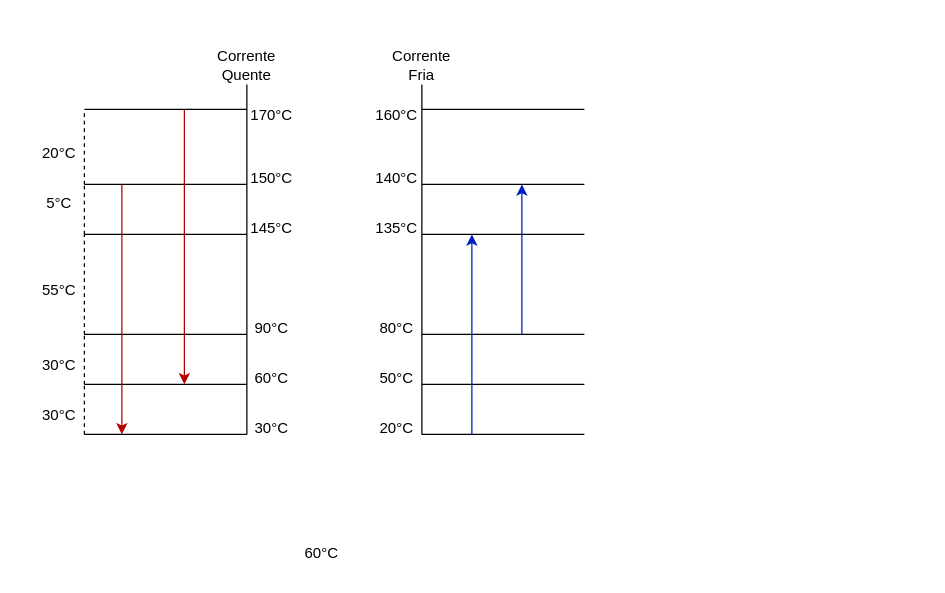
Above: CasoII-PINCH.drawio in igcampos/Mestrado (draw.io), before the change. Source tidied: cells renumbered, new cells numbered last; positions are measured from the earlier drawing's top-left corner, leaving out a move shared by most shapes. Both pictures are drawn from the tidied source at 125%, with x=0, y=0 at pixel (21, 46).
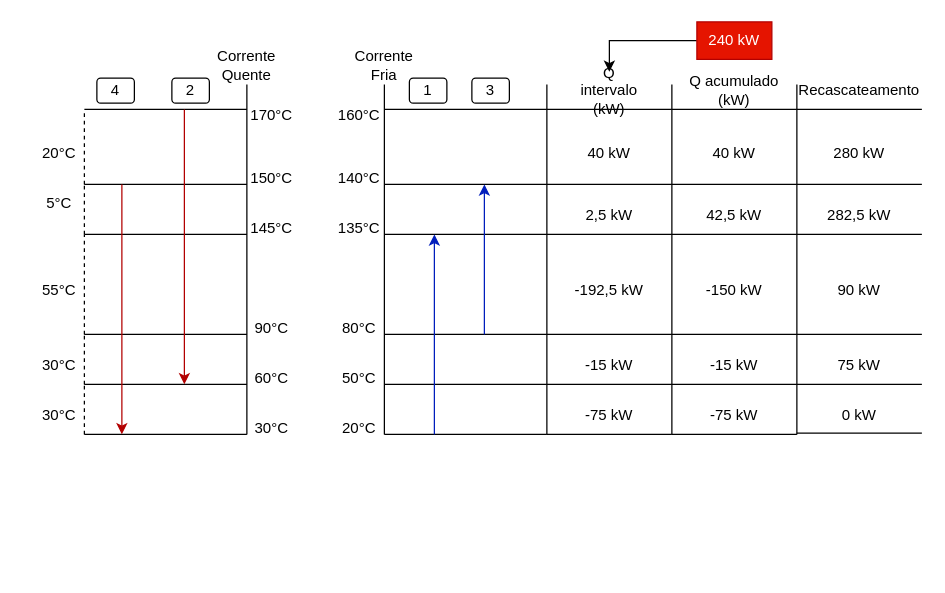
The same diagram, later.

The edit, as a diff of the source:
```diff
@@
-    <mxCell id="2" value="60°C" style="text;html=1;strokeColor=none;fillColor=none;align=center;verticalAlign=middle;whiteSpace=wrap;rounded=0;" parent="1" vertex="1">
-      <mxGeometry x="210" y="390" width="60" height="30" as="geometry" />
-    </mxCell>
@@
     <mxCell id="5" value="Corrente Fria" style="text;html=1;strokeColor=none;fillColor=none;align=center;verticalAlign=middle;whiteSpace=wrap;rounded=0;" parent="1" vertex="1">
-      <mxGeometry x="290" width="60" height="30" as="geometry" />
+      <mxGeometry x="260" width="60" height="30" as="geometry" />
     </mxCell>
     <mxCell id="6" style="endArrow=none;html=1;rounded=0;entryX=0.5;entryY=1;entryDx=0;entryDy=0;" parent="1" edge="1" target="5">
       <mxGeometry relative="1" as="geometry">
-        <mxPoint x="320" y="310" as="sourcePoint" />
+        <mxPoint x="290" y="310" as="sourcePoint" />
       </mxGeometry>
     </mxCell>
@@
     <mxCell id="8" style="endArrow=none;html=1;rounded=0;" parent="1" edge="1">
       <mxGeometry relative="1" as="geometry">
-        <mxPoint x="320" y="50" as="sourcePoint" />
-        <mxPoint x="450" y="50" as="targetPoint" />
+        <mxPoint x="290" y="50" as="sourcePoint" />
+        <mxPoint x="420" y="50" as="targetPoint" />
       </mxGeometry>
     </mxCell>
@@
     <mxCell id="10" value="160°C" style="text;html=1;strokeColor=none;fillColor=none;align=center;verticalAlign=middle;whiteSpace=wrap;rounded=0;" parent="1" vertex="1">
-      <mxGeometry x="270" y="40" width="60" height="30" as="geometry" />
+      <mxGeometry x="240" y="40" width="60" height="30" as="geometry" />
     </mxCell>
@@
     <mxCell id="16" style="endArrow=none;html=1;rounded=0;" parent="1" edge="1">
       <mxGeometry relative="1" as="geometry">
-        <mxPoint x="320" y="110" as="sourcePoint" />
-        <mxPoint x="450" y="110" as="targetPoint" />
+        <mxPoint x="290" y="110" as="sourcePoint" />
+        <mxPoint x="420" y="110" as="targetPoint" />
       </mxGeometry>
     </mxCell>
     <mxCell id="17" style="endArrow=none;html=1;rounded=0;" parent="1" edge="1">
       <mxGeometry relative="1" as="geometry">
-        <mxPoint x="320" y="150" as="sourcePoint" />
-        <mxPoint x="450" y="150" as="targetPoint" />
+        <mxPoint x="290" y="150" as="sourcePoint" />
+        <mxPoint x="420" y="150" as="targetPoint" />
       </mxGeometry>
     </mxCell>
     <mxCell id="18" style="endArrow=none;html=1;rounded=0;" parent="1" edge="1">
       <mxGeometry relative="1" as="geometry">
-        <mxPoint x="320" y="230" as="sourcePoint" />
-        <mxPoint x="450" y="230" as="targetPoint" />
+        <mxPoint x="290" y="230" as="sourcePoint" />
+        <mxPoint x="420" y="230" as="targetPoint" />
       </mxGeometry>
     </mxCell>
     <mxCell id="19" style="endArrow=none;html=1;rounded=0;" parent="1" edge="1">
       <mxGeometry relative="1" as="geometry">
-        <mxPoint x="320" y="270" as="sourcePoint" />
-        <mxPoint x="450" y="270" as="targetPoint" />
+        <mxPoint x="290" y="270" as="sourcePoint" />
+        <mxPoint x="420" y="270" as="targetPoint" />
       </mxGeometry>
     </mxCell>
     <mxCell id="20" style="endArrow=none;html=1;rounded=0;" parent="1" edge="1">
       <mxGeometry relative="1" as="geometry">
-        <mxPoint x="320" y="310" as="sourcePoint" />
-        <mxPoint x="450" y="310" as="targetPoint" />
+        <mxPoint x="290" y="310" as="sourcePoint" />
+        <mxPoint x="420" y="310" as="targetPoint" />
       </mxGeometry>
     </mxCell>
@@
     <mxCell id="26" value="140°C" style="text;html=1;strokeColor=none;fillColor=none;align=center;verticalAlign=middle;whiteSpace=wrap;rounded=0;" parent="1" vertex="1">
-      <mxGeometry x="270" y="90" width="60" height="30" as="geometry" />
+      <mxGeometry x="240" y="90" width="60" height="30" as="geometry" />
     </mxCell>
     <mxCell id="27" value="135°C" style="text;html=1;strokeColor=none;fillColor=none;align=center;verticalAlign=middle;whiteSpace=wrap;rounded=0;" parent="1" vertex="1">
-      <mxGeometry x="270" y="130" width="60" height="30" as="geometry" />
+      <mxGeometry x="240" y="130" width="60" height="30" as="geometry" />
     </mxCell>
     <mxCell id="28" value="80°C" style="text;html=1;strokeColor=none;fillColor=none;align=center;verticalAlign=middle;whiteSpace=wrap;rounded=0;" parent="1" vertex="1">
-      <mxGeometry x="270" y="210" width="60" height="30" as="geometry" />
+      <mxGeometry x="240" y="210" width="60" height="30" as="geometry" />
     </mxCell>
     <mxCell id="29" value="50°C" style="text;html=1;strokeColor=none;fillColor=none;align=center;verticalAlign=middle;whiteSpace=wrap;rounded=0;" parent="1" vertex="1">
-      <mxGeometry x="270" y="250" width="60" height="30" as="geometry" />
+      <mxGeometry x="240" y="250" width="60" height="30" as="geometry" />
     </mxCell>
     <mxCell id="30" value="20°C" style="text;html=1;strokeColor=none;fillColor=none;align=center;verticalAlign=middle;whiteSpace=wrap;rounded=0;" parent="1" vertex="1">
-      <mxGeometry x="270" y="290" width="60" height="30" as="geometry" />
+      <mxGeometry x="240" y="290" width="60" height="30" as="geometry" />
     </mxCell>
@@
     <mxCell id="43" style="endArrow=classic;html=1;rounded=0;fillColor=#0050ef;strokeColor=#001DBC;" parent="1" edge="1">
       <mxGeometry relative="1" as="geometry">
-        <mxPoint x="360" y="310" as="sourcePoint" />
-        <mxPoint x="360" y="150" as="targetPoint" />
+        <mxPoint x="330" y="310" as="sourcePoint" />
+        <mxPoint x="330" y="150" as="targetPoint" />
       </mxGeometry>
     </mxCell>
     <mxCell id="44" style="endArrow=classic;html=1;rounded=0;fillColor=#0050ef;strokeColor=#001DBC;" parent="1" edge="1">
       <mxGeometry relative="1" as="geometry">
-        <mxPoint x="400" y="230" as="sourcePoint" />
-        <mxPoint x="400" y="110" as="targetPoint" />
+        <mxPoint x="370" y="230" as="sourcePoint" />
+        <mxPoint x="370" y="110" as="targetPoint" />
       </mxGeometry>
     </mxCell>
+    <mxCell id="45" style="endArrow=none;html=1;rounded=0;entryX=0.5;entryY=1;entryDx=0;entryDy=0;" parent="1" edge="1">
+      <mxGeometry relative="1" as="geometry">
+        <mxPoint x="420" y="310" as="sourcePoint" />
+        <mxPoint x="420" y="30" as="targetPoint" />
+      </mxGeometry>
+    </mxCell>
+    <mxCell id="46" style="endArrow=none;html=1;rounded=0;" parent="1" edge="1">
+      <mxGeometry relative="1" as="geometry">
+        <mxPoint x="420" y="50" as="sourcePoint" />
+        <mxPoint x="520" y="50" as="targetPoint" />
+      </mxGeometry>
+    </mxCell>
+    <mxCell id="47" value="Q intervalo (kW)" style="text;html=1;strokeColor=none;fillColor=none;align=center;verticalAlign=middle;whiteSpace=wrap;rounded=0;" parent="1" vertex="1">
+      <mxGeometry x="440" y="20" width="60" height="30" as="geometry" />
+    </mxCell>
+    <mxCell id="48" style="endArrow=none;html=1;rounded=0;entryX=0.5;entryY=1;entryDx=0;entryDy=0;" parent="1" edge="1">
+      <mxGeometry relative="1" as="geometry">
+        <mxPoint x="520" y="310" as="sourcePoint" />
+        <mxPoint x="520" y="30" as="targetPoint" />
+      </mxGeometry>
+    </mxCell>
+    <mxCell id="49" style="endArrow=none;html=1;rounded=0;" parent="1" edge="1">
+      <mxGeometry relative="1" as="geometry">
+        <mxPoint x="420" y="110" as="sourcePoint" />
+        <mxPoint x="520" y="110" as="targetPoint" />
+      </mxGeometry>
+    </mxCell>
+    <mxCell id="50" style="endArrow=none;html=1;rounded=0;" parent="1" edge="1">
+      <mxGeometry relative="1" as="geometry">
+        <mxPoint x="420" y="150" as="sourcePoint" />
+        <mxPoint x="520" y="150" as="targetPoint" />
+      </mxGeometry>
+    </mxCell>
+    <mxCell id="51" style="endArrow=none;html=1;rounded=0;" parent="1" edge="1">
+      <mxGeometry relative="1" as="geometry">
+        <mxPoint x="420" y="230" as="sourcePoint" />
+        <mxPoint x="520" y="230" as="targetPoint" />
+      </mxGeometry>
+    </mxCell>
+    <mxCell id="52" style="endArrow=none;html=1;rounded=0;" parent="1" edge="1">
+      <mxGeometry relative="1" as="geometry">
+        <mxPoint x="420" y="270" as="sourcePoint" />
+        <mxPoint x="520" y="270" as="targetPoint" />
+      </mxGeometry>
+    </mxCell>
+    <mxCell id="53" style="endArrow=none;html=1;rounded=0;" parent="1" edge="1">
+      <mxGeometry relative="1" as="geometry">
+        <mxPoint x="420" y="310" as="sourcePoint" />
+        <mxPoint x="520" y="310" as="targetPoint" />
+      </mxGeometry>
+    </mxCell>
+    <mxCell id="54" style="endArrow=none;html=1;rounded=0;" parent="1" edge="1">
+      <mxGeometry relative="1" as="geometry">
+        <mxPoint x="520" y="50" as="sourcePoint" />
+        <mxPoint x="620" y="50" as="targetPoint" />
+      </mxGeometry>
+    </mxCell>
+    <mxCell id="55" style="endArrow=none;html=1;rounded=0;entryX=0.5;entryY=1;entryDx=0;entryDy=0;" parent="1" edge="1">
+      <mxGeometry relative="1" as="geometry">
+        <mxPoint x="620" y="310" as="sourcePoint" />
+        <mxPoint x="620" y="30" as="targetPoint" />
+      </mxGeometry>
+    </mxCell>
+    <mxCell id="56" value="Q acumulado (kW)" style="text;html=1;strokeColor=none;fillColor=none;align=center;verticalAlign=middle;whiteSpace=wrap;rounded=0;" parent="1" vertex="1">
+      <mxGeometry x="530" y="20" width="80" height="30" as="geometry" />
+    </mxCell>
+    <mxCell id="57" style="endArrow=none;html=1;rounded=0;" parent="1" edge="1">
+      <mxGeometry relative="1" as="geometry">
+        <mxPoint x="620" y="50" as="sourcePoint" />
+        <mxPoint x="720" y="50" as="targetPoint" />
+      </mxGeometry>
+    </mxCell>
+    <mxCell id="58" value="Recascateamento" style="text;html=1;strokeColor=none;fillColor=none;align=center;verticalAlign=middle;whiteSpace=wrap;rounded=0;" parent="1" vertex="1">
+      <mxGeometry x="630" y="20" width="80" height="30" as="geometry" />
+    </mxCell>
+    <mxCell id="59" style="endArrow=none;html=1;rounded=0;" parent="1" edge="1">
+      <mxGeometry relative="1" as="geometry">
+        <mxPoint x="520" y="110" as="sourcePoint" />
+        <mxPoint x="620" y="110" as="targetPoint" />
+      </mxGeometry>
+    </mxCell>
+    <mxCell id="60" style="endArrow=none;html=1;rounded=0;" parent="1" edge="1">
+      <mxGeometry relative="1" as="geometry">
+        <mxPoint x="520" y="150" as="sourcePoint" />
+        <mxPoint x="620" y="150" as="targetPoint" />
+      </mxGeometry>
+    </mxCell>
+    <mxCell id="61" style="endArrow=none;html=1;rounded=0;" parent="1" edge="1">
+      <mxGeometry relative="1" as="geometry">
+        <mxPoint x="520" y="230" as="sourcePoint" />
+        <mxPoint x="620" y="230" as="targetPoint" />
+      </mxGeometry>
+    </mxCell>
+    <mxCell id="62" style="endArrow=none;html=1;rounded=0;" parent="1" edge="1">
+      <mxGeometry relative="1" as="geometry">
+        <mxPoint x="520" y="270" as="sourcePoint" />
+        <mxPoint x="620" y="270" as="targetPoint" />
+      </mxGeometry>
+    </mxCell>
+    <mxCell id="63" style="endArrow=none;html=1;rounded=0;" parent="1" edge="1">
+      <mxGeometry relative="1" as="geometry">
+        <mxPoint x="520" y="310" as="sourcePoint" />
+        <mxPoint x="620" y="310" as="targetPoint" />
+      </mxGeometry>
+    </mxCell>
+    <mxCell id="64" style="endArrow=none;html=1;rounded=0;" parent="1" edge="1">
+      <mxGeometry relative="1" as="geometry">
+        <mxPoint x="620" y="309" as="sourcePoint" />
+        <mxPoint x="720" y="309" as="targetPoint" />
+      </mxGeometry>
+    </mxCell>
+    <mxCell id="65" style="endArrow=none;html=1;rounded=0;" parent="1" edge="1">
+      <mxGeometry relative="1" as="geometry">
+        <mxPoint x="620" y="270" as="sourcePoint" />
+        <mxPoint x="720" y="270" as="targetPoint" />
+      </mxGeometry>
+    </mxCell>
+    <mxCell id="66" style="endArrow=none;html=1;rounded=0;" parent="1" edge="1">
+      <mxGeometry relative="1" as="geometry">
+        <mxPoint x="620" y="230" as="sourcePoint" />
+        <mxPoint x="720" y="230" as="targetPoint" />
+      </mxGeometry>
+    </mxCell>
+    <mxCell id="67" style="endArrow=none;html=1;rounded=0;" parent="1" edge="1">
+      <mxGeometry relative="1" as="geometry">
+        <mxPoint x="620" y="150" as="sourcePoint" />
+        <mxPoint x="720" y="150" as="targetPoint" />
+      </mxGeometry>
+    </mxCell>
+    <mxCell id="68" style="endArrow=none;html=1;rounded=0;" parent="1" edge="1">
+      <mxGeometry relative="1" as="geometry">
+        <mxPoint x="620" y="110" as="sourcePoint" />
+        <mxPoint x="720" y="110" as="targetPoint" />
+      </mxGeometry>
+    </mxCell>
+    <mxCell id="69" value="40 kW" style="text;html=1;strokeColor=none;fillColor=none;align=center;verticalAlign=middle;whiteSpace=wrap;rounded=0;" parent="1" vertex="1">
+      <mxGeometry x="440" y="70" width="60" height="30" as="geometry" />
+    </mxCell>
+    <mxCell id="70" value="2,5 kW" style="text;html=1;strokeColor=none;fillColor=none;align=center;verticalAlign=middle;whiteSpace=wrap;rounded=0;" parent="1" vertex="1">
+      <mxGeometry x="440" y="120" width="60" height="30" as="geometry" />
+    </mxCell>
+    <mxCell id="71" value="-192,5 kW" style="text;html=1;strokeColor=none;fillColor=none;align=center;verticalAlign=middle;whiteSpace=wrap;rounded=0;" parent="1" vertex="1">
+      <mxGeometry x="440" y="180" width="60" height="30" as="geometry" />
+    </mxCell>
+    <mxCell id="72" value="-15 kW" style="text;html=1;strokeColor=none;fillColor=none;align=center;verticalAlign=middle;whiteSpace=wrap;rounded=0;" parent="1" vertex="1">
+      <mxGeometry x="440" y="240" width="60" height="30" as="geometry" />
+    </mxCell>
+    <mxCell id="73" value="-75 kW" style="text;html=1;strokeColor=none;fillColor=none;align=center;verticalAlign=middle;whiteSpace=wrap;rounded=0;" parent="1" vertex="1">
+      <mxGeometry x="440" y="280" width="60" height="30" as="geometry" />
+    </mxCell>
+    <mxCell id="74" value="40 kW" style="text;html=1;strokeColor=none;fillColor=none;align=center;verticalAlign=middle;whiteSpace=wrap;rounded=0;" parent="1" vertex="1">
+      <mxGeometry x="540" y="70" width="60" height="30" as="geometry" />
+    </mxCell>
+    <mxCell id="75" value="42,5 kW" style="text;html=1;strokeColor=none;fillColor=none;align=center;verticalAlign=middle;whiteSpace=wrap;rounded=0;" parent="1" vertex="1">
+      <mxGeometry x="540" y="120" width="60" height="30" as="geometry" />
+    </mxCell>
+    <mxCell id="76" value="-150 kW" style="text;html=1;strokeColor=none;fillColor=none;align=center;verticalAlign=middle;whiteSpace=wrap;rounded=0;" parent="1" vertex="1">
+      <mxGeometry x="540" y="180" width="60" height="30" as="geometry" />
+    </mxCell>
+    <mxCell id="77" value="-15 kW" style="text;html=1;strokeColor=none;fillColor=none;align=center;verticalAlign=middle;whiteSpace=wrap;rounded=0;" parent="1" vertex="1">
+      <mxGeometry x="540" y="240" width="60" height="30" as="geometry" />
+    </mxCell>
+    <mxCell id="78" value="-75 kW" style="text;html=1;strokeColor=none;fillColor=none;align=center;verticalAlign=middle;whiteSpace=wrap;rounded=0;" parent="1" vertex="1">
+      <mxGeometry x="540" y="280" width="60" height="30" as="geometry" />
+    </mxCell>
+    <mxCell id="79" value="280 kW" style="text;html=1;strokeColor=none;fillColor=none;align=center;verticalAlign=middle;whiteSpace=wrap;rounded=0;" parent="1" vertex="1">
+      <mxGeometry x="640" y="70" width="60" height="30" as="geometry" />
+    </mxCell>
+    <mxCell id="80" value="282,5 kW" style="text;html=1;strokeColor=none;fillColor=none;align=center;verticalAlign=middle;whiteSpace=wrap;rounded=0;" parent="1" vertex="1">
+      <mxGeometry x="640" y="120" width="60" height="30" as="geometry" />
+    </mxCell>
+    <mxCell id="81" value="90 kW" style="text;html=1;strokeColor=none;fillColor=none;align=center;verticalAlign=middle;whiteSpace=wrap;rounded=0;" parent="1" vertex="1">
+      <mxGeometry x="640" y="180" width="60" height="30" as="geometry" />
+    </mxCell>
+    <mxCell id="82" value="75 kW" style="text;html=1;strokeColor=none;fillColor=none;align=center;verticalAlign=middle;whiteSpace=wrap;rounded=0;" parent="1" vertex="1">
+      <mxGeometry x="640" y="240" width="60" height="30" as="geometry" />
+    </mxCell>
+    <mxCell id="83" value="0 kW" style="text;html=1;strokeColor=none;fillColor=none;align=center;verticalAlign=middle;whiteSpace=wrap;rounded=0;" parent="1" vertex="1">
+      <mxGeometry x="640" y="280" width="60" height="30" as="geometry" />
+    </mxCell>
+    <mxCell id="84" style="edgeStyle=orthogonalEdgeStyle;rounded=0;jettySize=auto;html=1;" parent="1" edge="1" source="85" target="47">
+      <mxGeometry relative="1" as="geometry" />
+    </mxCell>
+    <mxCell id="85" value="240 kW" style="text;html=1;strokeColor=#B20000;fillColor=#e51400;align=center;verticalAlign=middle;whiteSpace=wrap;rounded=0;fontColor=#ffffff;" parent="1" vertex="1">
+      <mxGeometry x="540" y="-20" width="60" height="30" as="geometry" />
+    </mxCell>
+    <mxCell id="86" value="1" style="rounded=1;whiteSpace=wrap;html=1;" parent="1" vertex="1">
+      <mxGeometry x="310" y="25" width="30" height="20" as="geometry" />
+    </mxCell>
+    <mxCell id="87" value="3" style="rounded=1;whiteSpace=wrap;html=1;" parent="1" vertex="1">
+      <mxGeometry x="360" y="25" width="30" height="20" as="geometry" />
+    </mxCell>
+    <mxCell id="88" value="2" style="rounded=1;whiteSpace=wrap;html=1;" parent="1" vertex="1">
+      <mxGeometry x="120" y="25" width="30" height="20" as="geometry" />
+    </mxCell>
+    <mxCell id="89" value="4" style="rounded=1;whiteSpace=wrap;html=1;" parent="1" vertex="1">
+      <mxGeometry x="60" y="25" width="30" height="20" as="geometry" />
+    </mxCell>
```
